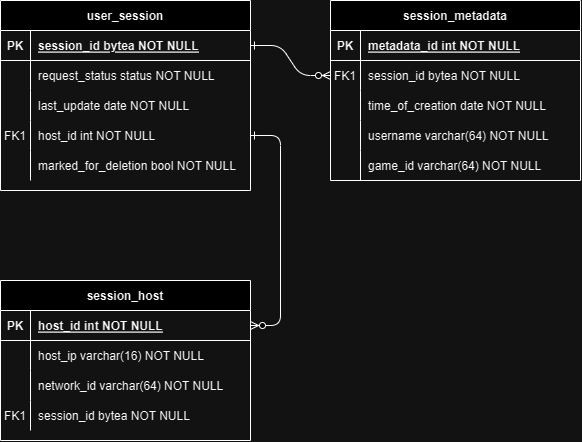
This is v1/img/session_db.drawio.png from Cloud-Gaming-TA/api-docs, a draw.io export, as it was before one commit. Source tidied: cells renumbered, new cells last; positions are measured from the earlier drawing's top-left corner, leaving out a move shared by most shapes.
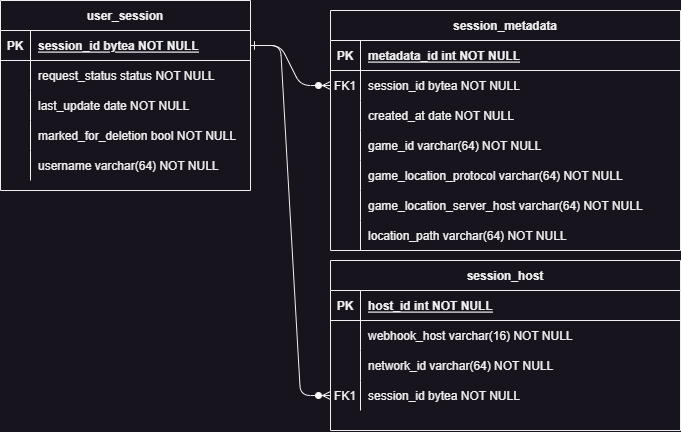
The same diagram one commit later.

The edit, as a diff of the source:
```diff
@@ -6,142 +6,160 @@
       <mxGeometry relative="1" as="geometry" />
     </mxCell>
     <mxCell id="3" value="session_metadata" style="shape=table;startSize=30;rowLines=0;fontStyle=1;align=center;" parent="1" vertex="1">
-      <mxGeometry x="330" width="250" height="180" as="geometry" />
+      <mxGeometry x="330" width="350" height="240" as="geometry" />
     </mxCell>
     <mxCell id="4" style="shape=partialRectangle;fillColor=none;top=0;left=0;right=0;bottom=1;" parent="3" vertex="1">
-      <mxGeometry y="30" width="250" height="30" as="geometry" />
+      <mxGeometry y="30" width="350" height="30" as="geometry" />
     </mxCell>
     <mxCell id="5" value="PK" style="shape=partialRectangle;overflow=hidden;fillColor=none;top=0;left=0;bottom=0;right=0;fontStyle=1;" parent="4" vertex="1">
       <mxGeometry width="30" height="30" as="geometry" />
     </mxCell>
     <mxCell id="6" value="metadata_id int NOT NULL " style="shape=partialRectangle;overflow=hidden;fillColor=none;top=0;left=0;bottom=0;right=0;align=left;spacingLeft=6;fontStyle=5;" parent="4" vertex="1">
-      <mxGeometry x="30" width="220" height="30" as="geometry" />
+      <mxGeometry x="30" width="320" height="30" as="geometry" />
     </mxCell>
     <mxCell id="7" style="shape=partialRectangle;fillColor=none;points=[[0,0.5],[1,0.5]];portConstraint=eastwest;top=0;left=0;right=0;bottom=0;" parent="3" vertex="1">
-      <mxGeometry y="60" width="250" height="30" as="geometry" />
+      <mxGeometry y="60" width="350" height="30" as="geometry" />
     </mxCell>
     <mxCell id="8" value="FK1" style="shape=partialRectangle;overflow=hidden;fillColor=none;top=0;left=0;bottom=0;right=0;" parent="7" vertex="1">
       <mxGeometry width="30" height="30" as="geometry" />
     </mxCell>
     <mxCell id="9" value="session_id bytea NOT NULL" style="shape=partialRectangle;overflow=hidden;fillColor=none;top=0;left=0;bottom=0;right=0;align=left;spacingLeft=6;" parent="7" vertex="1">
-      <mxGeometry x="30" width="220" height="30" as="geometry" />
+      <mxGeometry x="30" width="320" height="30" as="geometry" />
     </mxCell>
     <mxCell id="10" style="shape=partialRectangle;fillColor=none;top=0;left=0;right=0;bottom=0;" parent="3" vertex="1">
-      <mxGeometry y="90" width="250" height="30" as="geometry" />
+      <mxGeometry y="90" width="350" height="30" as="geometry" />
     </mxCell>
     <mxCell id="11" style="shape=partialRectangle;overflow=hidden;fillColor=none;top=0;left=0;bottom=0;right=0;" parent="10" vertex="1">
       <mxGeometry width="30" height="30" as="geometry" />
     </mxCell>
-    <mxCell id="12" value="time_of_creation date NOT NULL" style="shape=partialRectangle;overflow=hidden;fillColor=none;top=0;left=0;bottom=0;right=0;align=left;spacingLeft=6;" parent="10" vertex="1">
-      <mxGeometry x="30" width="220" height="30" as="geometry" />
+    <mxCell id="12" value="created_at date NOT NULL" style="shape=partialRectangle;overflow=hidden;fillColor=none;top=0;left=0;bottom=0;right=0;align=left;spacingLeft=6;" parent="10" vertex="1">
+      <mxGeometry x="30" width="320" height="30" as="geometry" />
     </mxCell>
-    <mxCell id="13" style="shape=partialRectangle;fillColor=none;top=0;left=0;right=0;bottom=0;" parent="3" vertex="1">
-      <mxGeometry y="120" width="250" height="30" as="geometry" />
-    </mxCell>
-    <mxCell id="14" style="shape=partialRectangle;overflow=hidden;fillColor=none;top=0;left=0;bottom=0;right=0;" parent="13" vertex="1">
-      <mxGeometry width="30" height="30" as="geometry" />
-    </mxCell>
-    <mxCell id="15" value="username varchar(64) NOT NULL" style="shape=partialRectangle;overflow=hidden;fillColor=none;top=0;left=0;bottom=0;right=0;align=left;spacingLeft=6;" parent="13" vertex="1">
-      <mxGeometry x="30" width="220" height="30" as="geometry" />
-    </mxCell>
     <mxCell id="16" style="shape=partialRectangle;fillColor=none;top=0;left=0;right=0;bottom=0;" parent="3" vertex="1">
-      <mxGeometry y="150" width="250" height="30" as="geometry" />
+      <mxGeometry y="120" width="350" height="30" as="geometry" />
     </mxCell>
     <mxCell id="17" style="shape=partialRectangle;overflow=hidden;fillColor=none;top=0;left=0;bottom=0;right=0;" parent="16" vertex="1">
       <mxGeometry width="30" height="30" as="geometry" />
     </mxCell>
     <mxCell id="18" value="game_id varchar(64) NOT NULL" style="shape=partialRectangle;overflow=hidden;fillColor=none;top=0;left=0;bottom=0;right=0;align=left;spacingLeft=6;" parent="16" vertex="1">
-      <mxGeometry x="30" width="220" height="30" as="geometry" />
+      <mxGeometry x="30" width="320" height="30" as="geometry" />
     </mxCell>
-    <mxCell id="19" value="user_session" style="shape=table;startSize=30;rowLines=0;fontStyle=1;align=center;" parent="1" vertex="1">
-      <mxGeometry width="250" height="190" as="geometry" />
-    </mxCell>
-    <mxCell id="20" style="shape=partialRectangle;fillColor=none;points=[[0,0.5],[1,0.5]];portConstraint=eastwest;top=0;left=0;right=0;bottom=1;" parent="19" vertex="1">
-      <mxGeometry y="30" width="250" height="30" as="geometry" />
-    </mxCell>
-    <mxCell id="21" value="PK" style="shape=partialRectangle;overflow=hidden;fillColor=none;top=0;left=0;bottom=0;right=0;fontStyle=1;" parent="20" vertex="1">
-      <mxGeometry width="30" height="30" as="geometry" />
-    </mxCell>
-    <mxCell id="22" value="session_id bytea NOT NULL " style="shape=partialRectangle;overflow=hidden;fillColor=none;top=0;left=0;bottom=0;right=0;align=left;spacingLeft=6;fontStyle=5;" parent="20" vertex="1">
-      <mxGeometry x="30" width="220" height="30" as="geometry" />
-    </mxCell>
-    <mxCell id="23" style="shape=partialRectangle;fillColor=none;top=0;left=0;right=0;bottom=0;" parent="19" vertex="1">
-      <mxGeometry y="60" width="250" height="30" as="geometry" />
-    </mxCell>
-    <mxCell id="24" style="shape=partialRectangle;overflow=hidden;fillColor=none;top=0;left=0;bottom=0;right=0;" parent="23" vertex="1">
-      <mxGeometry width="30" height="30" as="geometry" />
-    </mxCell>
-    <mxCell id="25" value="request_status status NOT NULL" style="shape=partialRectangle;overflow=hidden;fillColor=none;top=0;left=0;bottom=0;right=0;align=left;spacingLeft=6;" parent="23" vertex="1">
-      <mxGeometry x="30" width="220" height="30" as="geometry" />
-    </mxCell>
-    <mxCell id="26" style="shape=partialRectangle;fillColor=none;top=0;left=0;right=0;bottom=0;" parent="19" vertex="1">
-      <mxGeometry y="90" width="250" height="30" as="geometry" />
-    </mxCell>
-    <mxCell id="27" style="shape=partialRectangle;overflow=hidden;fillColor=none;top=0;left=0;bottom=0;right=0;" parent="26" vertex="1">
-      <mxGeometry width="30" height="30" as="geometry" />
-    </mxCell>
-    <mxCell id="28" value="last_update date NOT NULL" style="shape=partialRectangle;overflow=hidden;fillColor=none;top=0;left=0;bottom=0;right=0;align=left;spacingLeft=6;" parent="26" vertex="1">
-      <mxGeometry x="30" width="220" height="30" as="geometry" />
-    </mxCell>
-    <mxCell id="29" style="shape=partialRectangle;fillColor=none;points=[[0,0.5],[1,0.5]];portConstraint=eastwest;top=0;left=0;right=0;bottom=0;" parent="19" vertex="1">
-      <mxGeometry y="120" width="250" height="30" as="geometry" />
-    </mxCell>
-    <mxCell id="30" value="FK1" style="shape=partialRectangle;overflow=hidden;fillColor=none;top=0;left=0;bottom=0;right=0;" parent="29" vertex="1">
-      <mxGeometry width="30" height="30" as="geometry" />
-    </mxCell>
-    <mxCell id="31" value="host_id int NOT NULL" style="shape=partialRectangle;overflow=hidden;fillColor=none;top=0;left=0;bottom=0;right=0;align=left;spacingLeft=6;" parent="29" vertex="1">
-      <mxGeometry x="30" width="220" height="30" as="geometry" />
-    </mxCell>
-    <mxCell id="32" style="shape=partialRectangle;fillColor=none;top=0;left=0;right=0;bottom=0;" parent="19" vertex="1">
-      <mxGeometry y="150" width="250" height="30" as="geometry" />
-    </mxCell>
-    <mxCell id="33" style="shape=partialRectangle;overflow=hidden;fillColor=none;top=0;left=0;bottom=0;right=0;" parent="32" vertex="1">
-      <mxGeometry width="30" height="30" as="geometry" />
-    </mxCell>
-    <mxCell id="34" value="marked_for_deletion bool NOT NULL" style="shape=partialRectangle;overflow=hidden;fillColor=none;top=0;left=0;bottom=0;right=0;align=left;spacingLeft=6;" parent="32" vertex="1">
-      <mxGeometry x="30" width="220" height="30" as="geometry" />
-    </mxCell>
+    <mxCell id="49" style="shape=partialRectangle;fillColor=none;top=0;left=0;right=0;bottom=0;" parent="3" vertex="1">
+      <mxGeometry y="150" width="350" height="30" as="geometry" />
+    </mxCell>
+    <mxCell id="50" style="shape=partialRectangle;overflow=hidden;fillColor=none;top=0;left=0;bottom=0;right=0;" parent="49" vertex="1">
+      <mxGeometry width="30" height="30" as="geometry" />
+    </mxCell>
+    <mxCell id="51" value="game_location_protocol varchar(64) NOT NULL" style="shape=partialRectangle;overflow=hidden;fillColor=none;top=0;left=0;bottom=0;right=0;align=left;spacingLeft=6;" parent="49" vertex="1">
+      <mxGeometry x="30" width="320" height="30" as="geometry" />
+    </mxCell>
+    <mxCell id="52" style="shape=partialRectangle;fillColor=none;top=0;left=0;right=0;bottom=0;" parent="3" vertex="1">
+      <mxGeometry y="180" width="350" height="30" as="geometry" />
+    </mxCell>
+    <mxCell id="53" style="shape=partialRectangle;overflow=hidden;fillColor=none;top=0;left=0;bottom=0;right=0;" parent="52" vertex="1">
+      <mxGeometry width="30" height="30" as="geometry" />
+    </mxCell>
+    <mxCell id="54" value="game_location_server_host varchar(64) NOT NULL" style="shape=partialRectangle;overflow=hidden;fillColor=none;top=0;left=0;bottom=0;right=0;align=left;spacingLeft=6;" parent="52" vertex="1">
+      <mxGeometry x="30" width="320" height="30" as="geometry" />
+    </mxCell>
+    <mxCell id="55" style="shape=partialRectangle;fillColor=none;top=0;left=0;right=0;bottom=0;" parent="3" vertex="1">
+      <mxGeometry y="210" width="350" height="30" as="geometry" />
+    </mxCell>
+    <mxCell id="56" style="shape=partialRectangle;overflow=hidden;fillColor=none;top=0;left=0;bottom=0;right=0;" parent="55" vertex="1">
+      <mxGeometry width="30" height="30" as="geometry" />
+    </mxCell>
+    <mxCell id="57" value="location_path varchar(64) NOT NULL" style="shape=partialRectangle;overflow=hidden;fillColor=none;top=0;left=0;bottom=0;right=0;align=left;spacingLeft=6;" parent="55" vertex="1">
+      <mxGeometry x="30" width="320" height="30" as="geometry" />
+    </mxCell>
     <mxCell id="35" value="session_host" style="shape=table;startSize=30;rowLines=0;fontStyle=1;align=center;" parent="1" vertex="1">
-      <mxGeometry y="280" width="250" height="160" as="geometry" />
+      <mxGeometry x="330" y="250" width="350" height="170" as="geometry" />
     </mxCell>
     <mxCell id="36" style="shape=partialRectangle;fillColor=none;points=[[0,0.5],[1,0.5]];portConstraint=eastwest;top=0;left=0;right=0;bottom=1;" parent="35" vertex="1">
-      <mxGeometry y="30" width="250" height="30" as="geometry" />
+      <mxGeometry y="30" width="350" height="30" as="geometry" />
     </mxCell>
     <mxCell id="37" value="PK" style="shape=partialRectangle;overflow=hidden;fillColor=none;top=0;left=0;bottom=0;right=0;fontStyle=1;" parent="36" vertex="1">
       <mxGeometry width="30" height="30" as="geometry" />
     </mxCell>
     <mxCell id="38" value="host_id int NOT NULL " style="shape=partialRectangle;overflow=hidden;fillColor=none;top=0;left=0;bottom=0;right=0;align=left;spacingLeft=6;fontStyle=5;" parent="36" vertex="1">
-      <mxGeometry x="30" width="220" height="30" as="geometry" />
+      <mxGeometry x="30" width="320" height="30" as="geometry" />
     </mxCell>
     <mxCell id="39" style="shape=partialRectangle;fillColor=none;top=0;left=0;right=0;bottom=0;" parent="35" vertex="1">
-      <mxGeometry y="60" width="250" height="30" as="geometry" />
+      <mxGeometry y="60" width="350" height="30" as="geometry" />
     </mxCell>
     <mxCell id="40" style="shape=partialRectangle;overflow=hidden;fillColor=none;top=0;left=0;bottom=0;right=0;" parent="39" vertex="1">
       <mxGeometry width="30" height="30" as="geometry" />
     </mxCell>
-    <mxCell id="41" value="host_ip varchar(16) NOT NULL" style="shape=partialRectangle;overflow=hidden;fillColor=none;top=0;left=0;bottom=0;right=0;align=left;spacingLeft=6;" parent="39" vertex="1">
-      <mxGeometry x="30" width="220" height="30" as="geometry" />
+    <mxCell id="41" value="webhook_host varchar(16) NOT NULL" style="shape=partialRectangle;overflow=hidden;fillColor=none;top=0;left=0;bottom=0;right=0;align=left;spacingLeft=6;" parent="39" vertex="1">
+      <mxGeometry x="30" width="320" height="30" as="geometry" />
     </mxCell>
     <mxCell id="42" style="shape=partialRectangle;fillColor=none;top=0;left=0;right=0;bottom=0;" parent="35" vertex="1">
-      <mxGeometry y="90" width="250" height="30" as="geometry" />
+      <mxGeometry y="90" width="350" height="30" as="geometry" />
     </mxCell>
     <mxCell id="43" style="shape=partialRectangle;overflow=hidden;fillColor=none;top=0;left=0;bottom=0;right=0;" parent="42" vertex="1">
       <mxGeometry width="30" height="30" as="geometry" />
     </mxCell>
     <mxCell id="44" value="network_id varchar(64) NOT NULL" style="shape=partialRectangle;overflow=hidden;fillColor=none;top=0;left=0;bottom=0;right=0;align=left;spacingLeft=6;" parent="42" vertex="1">
-      <mxGeometry x="30" width="220" height="30" as="geometry" />
+      <mxGeometry x="30" width="320" height="30" as="geometry" />
     </mxCell>
     <mxCell id="45" style="shape=partialRectangle;fillColor=none;points=[[0,0.5],[1,0.5]];portConstraint=eastwest;top=0;left=0;right=0;bottom=0;" parent="35" vertex="1">
-      <mxGeometry y="120" width="250" height="30" as="geometry" />
+      <mxGeometry y="120" width="350" height="30" as="geometry" />
     </mxCell>
     <mxCell id="46" value="FK1" style="shape=partialRectangle;overflow=hidden;fillColor=none;top=0;left=0;bottom=0;right=0;" parent="45" vertex="1">
       <mxGeometry width="30" height="30" as="geometry" />
     </mxCell>
     <mxCell id="47" value="session_id bytea NOT NULL" style="shape=partialRectangle;overflow=hidden;fillColor=none;top=0;left=0;bottom=0;right=0;align=left;spacingLeft=6;" parent="45" vertex="1">
-      <mxGeometry x="30" width="220" height="30" as="geometry" />
+      <mxGeometry x="30" width="320" height="30" as="geometry" />
     </mxCell>
-    <mxCell id="48" style="edgeStyle=entityRelationEdgeStyle;endArrow=ERzeroToMany;startArrow=ERone;endFill=1;startFill=0;exitX=1;exitY=0.5;exitDx=0;exitDy=0;entryX=1;entryY=0.5;entryDx=0;entryDy=0;" parent="1" edge="1" source="29" target="36">
-      <mxGeometry relative="1" as="geometry" />
-    </mxCell>
+    <mxCell id="19" value="user_session" style="shape=table;startSize=30;rowLines=0;fontStyle=1;align=center;" parent="1" vertex="1">
+      <mxGeometry y="-10" width="250" height="190" as="geometry" />
+    </mxCell>
+    <mxCell id="20" style="shape=partialRectangle;fillColor=none;points=[[0,0.5],[1,0.5]];portConstraint=eastwest;top=0;left=0;right=0;bottom=1;" parent="19" vertex="1">
+      <mxGeometry y="30" width="250" height="30" as="geometry" />
+    </mxCell>
+    <mxCell id="21" value="PK" style="shape=partialRectangle;overflow=hidden;fillColor=none;top=0;left=0;bottom=0;right=0;fontStyle=1;strokeColor=default;" parent="20" vertex="1">
+      <mxGeometry width="30" height="30" as="geometry" />
+    </mxCell>
+    <mxCell id="22" value="session_id bytea NOT NULL " style="shape=partialRectangle;overflow=hidden;fillColor=none;top=0;left=0;bottom=0;right=0;align=left;spacingLeft=6;fontStyle=5;" parent="20" vertex="1">
+      <mxGeometry x="30" width="220" height="30" as="geometry" />
+    </mxCell>
+    <mxCell id="23" style="shape=partialRectangle;fillColor=none;top=0;left=0;right=0;bottom=0;" parent="19" vertex="1">
+      <mxGeometry y="60" width="250" height="30" as="geometry" />
+    </mxCell>
+    <mxCell id="24" style="shape=partialRectangle;overflow=hidden;fillColor=none;top=0;left=0;bottom=0;right=0;" parent="23" vertex="1">
+      <mxGeometry width="30" height="30" as="geometry" />
+    </mxCell>
+    <mxCell id="25" value="request_status status NOT NULL" style="shape=partialRectangle;overflow=hidden;fillColor=none;top=0;left=0;bottom=0;right=0;align=left;spacingLeft=6;" parent="23" vertex="1">
+      <mxGeometry x="30" width="220" height="30" as="geometry" />
+    </mxCell>
+    <mxCell id="26" style="shape=partialRectangle;fillColor=none;top=0;left=0;right=0;bottom=0;" parent="19" vertex="1">
+      <mxGeometry y="90" width="250" height="30" as="geometry" />
+    </mxCell>
+    <mxCell id="27" style="shape=partialRectangle;overflow=hidden;fillColor=none;top=0;left=0;bottom=0;right=0;" parent="26" vertex="1">
+      <mxGeometry width="30" height="30" as="geometry" />
+    </mxCell>
+    <mxCell id="28" value="last_update date NOT NULL" style="shape=partialRectangle;overflow=hidden;fillColor=none;top=0;left=0;bottom=0;right=0;align=left;spacingLeft=6;" parent="26" vertex="1">
+      <mxGeometry x="30" width="220" height="30" as="geometry" />
+    </mxCell>
+    <mxCell id="32" style="shape=partialRectangle;fillColor=none;top=0;left=0;right=0;bottom=0;" parent="19" vertex="1">
+      <mxGeometry y="120" width="250" height="30" as="geometry" />
+    </mxCell>
+    <mxCell id="33" style="shape=partialRectangle;overflow=hidden;fillColor=none;top=0;left=0;bottom=0;right=0;" parent="32" vertex="1">
+      <mxGeometry width="30" height="30" as="geometry" />
+    </mxCell>
+    <mxCell id="34" value="marked_for_deletion bool NOT NULL" style="shape=partialRectangle;overflow=hidden;fillColor=none;top=0;left=0;bottom=0;right=0;align=left;spacingLeft=6;" parent="32" vertex="1">
+      <mxGeometry x="30" width="220" height="30" as="geometry" />
+    </mxCell>
+    <mxCell id="58" style="shape=partialRectangle;fillColor=none;top=0;left=0;right=0;bottom=0;" parent="19" vertex="1">
+      <mxGeometry y="150" width="250" height="30" as="geometry" />
+    </mxCell>
+    <mxCell id="59" style="shape=partialRectangle;overflow=hidden;fillColor=none;top=0;left=0;bottom=0;right=0;" parent="58" vertex="1">
+      <mxGeometry width="30" height="30" as="geometry" />
+    </mxCell>
+    <mxCell id="15" value="username varchar(64) NOT NULL" style="shape=partialRectangle;overflow=hidden;fillColor=none;top=0;left=0;bottom=0;right=0;align=left;spacingLeft=6;" parent="58" vertex="1">
+      <mxGeometry x="30" width="220" height="30" as="geometry" />
+    </mxCell>
+    <mxCell id="60" style="edgeStyle=entityRelationEdgeStyle;endArrow=ERzeroToMany;startArrow=ERone;endFill=1;startFill=0;exitX=1;exitY=0.5;exitDx=0;exitDy=0;entryX=0;entryY=0.5;entryDx=0;entryDy=0;" parent="1" edge="1" source="20" target="45">
+      <mxGeometry relative="1" as="geometry" />
+    </mxCell>
   </root>
 </mxGraphModel>
```
